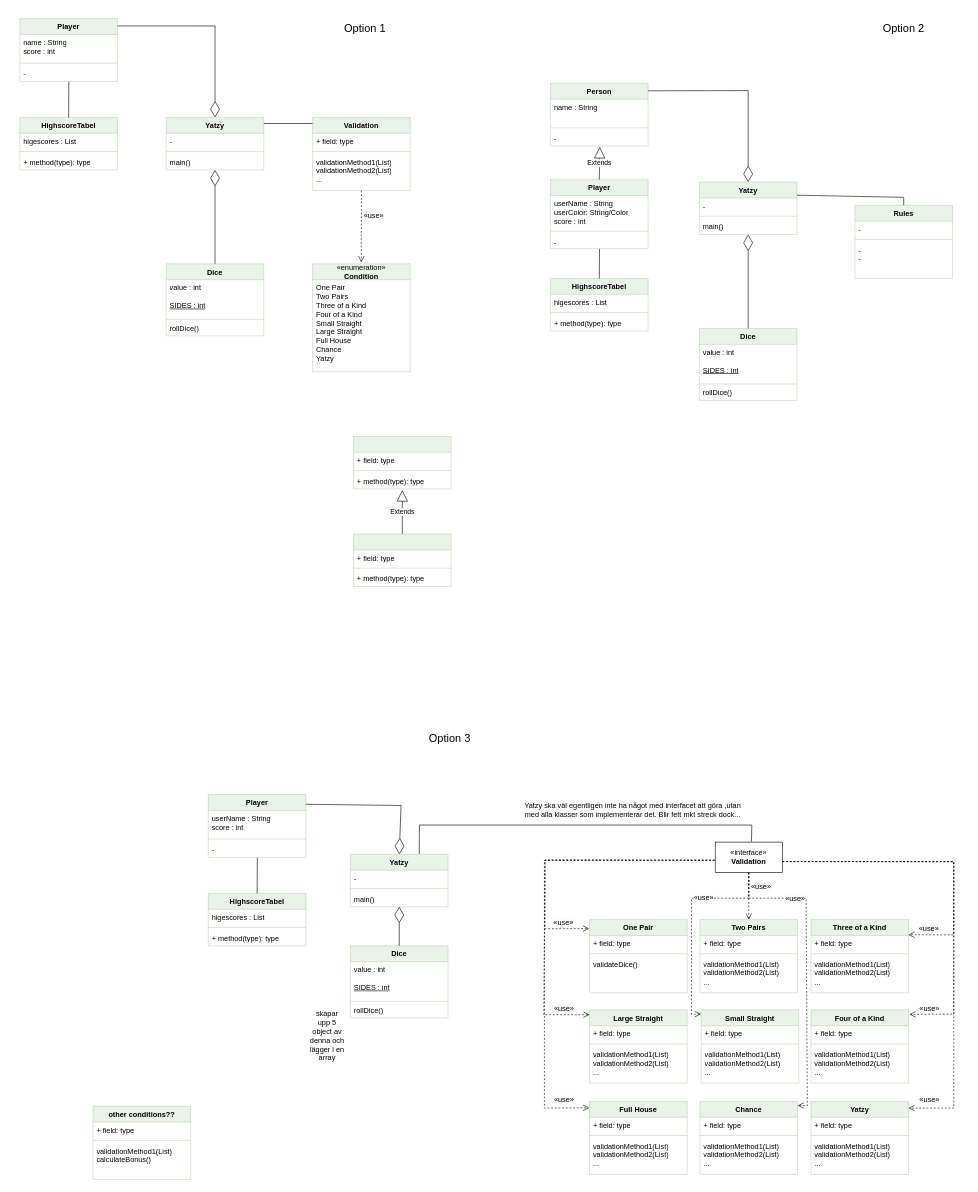
Earlier version of the draw.io diagram Yatzy_grupp_8.drawio (JoakimSkappegard/Diagram). Source tidied: cells renumbered, new cells numbered last; positions are measured from the earlier drawing's top-left corner, leaving out a move shared by most shapes. Both pictures are drawn from the tidied source at 61%, with x=0, y=0 at pixel (20, 18).
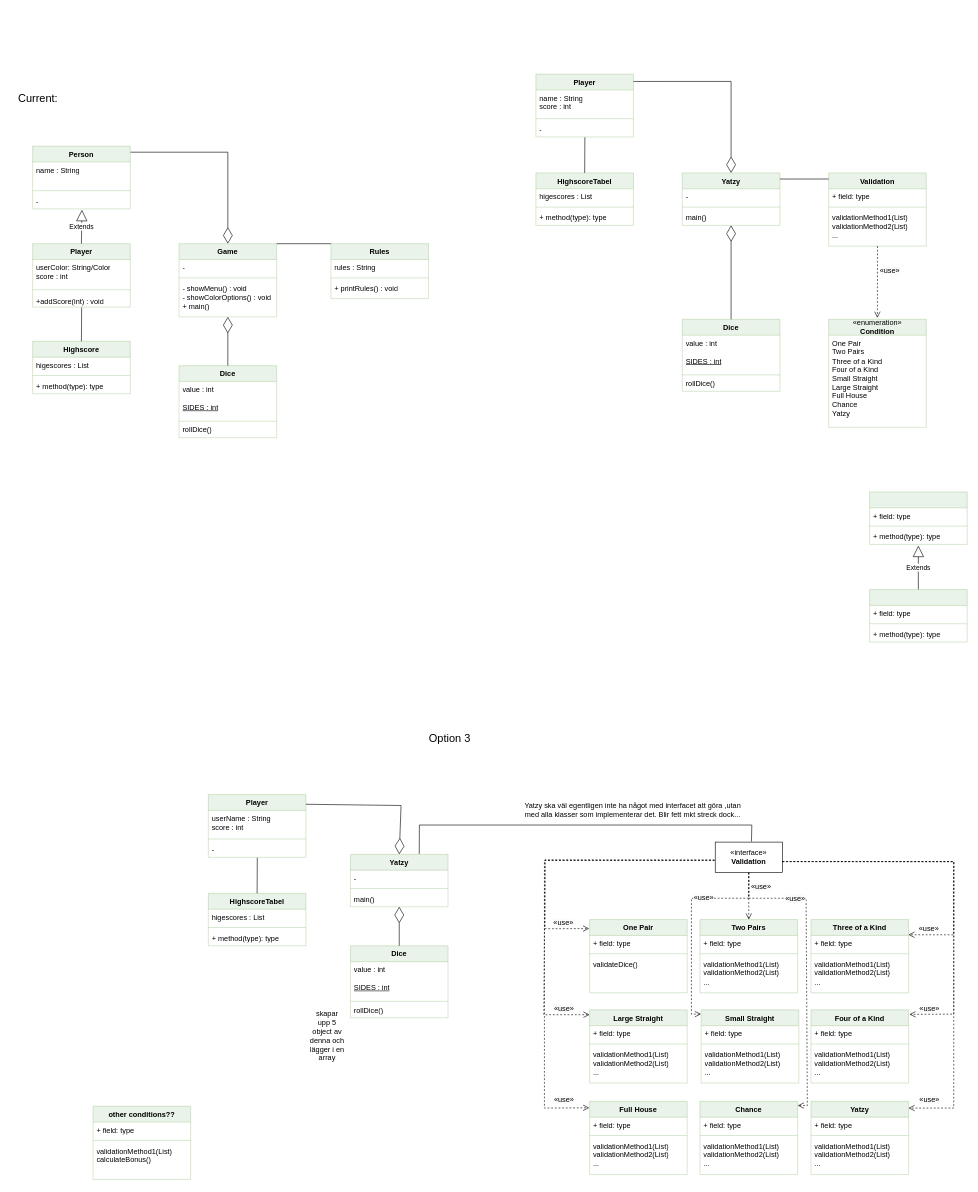
The same diagram, later.

The edit, as a diff of the source:
```diff
@@
     <mxCell id="2" value="Dice" style="swimlane;fontStyle=1;align=center;verticalAlign=top;horizontal=1;startSize=26;whiteSpace=wrap;html=1;fillColor=#d5e8d4;strokeColor=#82b366;opacity=50;" parent="1" vertex="1">
-      <mxGeometry x="240" y="402" width="160" height="118" as="geometry" />
+      <mxGeometry x="1086" y="493" width="160" height="118" as="geometry" />
     </mxCell>
@@
     <mxCell id="6" value="Player" style="swimlane;fontStyle=1;align=center;verticalAlign=top;horizontal=1;startSize=26;whiteSpace=wrap;html=1;fillColor=#d5e8d4;strokeColor=#82b366;opacity=50;" parent="1" vertex="1">
-      <mxGeometry width="160" height="103" as="geometry" />
+      <mxGeometry x="846" y="91" width="160" height="103" as="geometry" />
     </mxCell>
@@
     <mxCell id="10" value="HighscoreTabel" style="swimlane;fontStyle=1;align=center;verticalAlign=top;horizontal=1;startSize=26;whiteSpace=wrap;html=1;fillColor=#d5e8d4;strokeColor=#82b366;opacity=50;" parent="1" vertex="1">
-      <mxGeometry y="162" width="160" height="86" as="geometry" />
+      <mxGeometry x="846" y="253" width="160" height="86" as="geometry" />
     </mxCell>
@@
     <mxCell id="14" value="Yatzy" style="swimlane;fontStyle=1;align=center;verticalAlign=top;horizontal=1;startSize=26;whiteSpace=wrap;html=1;fillColor=#d5e8d4;strokeColor=#82b366;opacity=50;" parent="1" vertex="1">
-      <mxGeometry x="240" y="162" width="160" height="86" as="geometry" />
+      <mxGeometry x="1086" y="253" width="160" height="86" as="geometry" />
     </mxCell>
@@
     <mxCell id="18" style="swimlane;fontStyle=1;align=center;verticalAlign=top;horizontal=1;startSize=26;whiteSpace=wrap;html=1;fillColor=#d5e8d4;strokeColor=#82b366;opacity=50;" parent="1" vertex="1">
-      <mxGeometry x="547" y="685" width="160" height="86" as="geometry" />
+      <mxGeometry x="1393" y="776" width="160" height="86" as="geometry" />
     </mxCell>
@@
     <mxCell id="23" style="swimlane;fontStyle=1;align=center;verticalAlign=top;horizontal=1;startSize=26;whiteSpace=wrap;html=1;fillColor=#d5e8d4;strokeColor=#82b366;opacity=50;" parent="1" vertex="1">
-      <mxGeometry x="547" y="845" width="160" height="86" as="geometry" />
+      <mxGeometry x="1393" y="936" width="160" height="86" as="geometry" />
     </mxCell>
@@
     <mxCell id="27" value="Validation" style="swimlane;fontStyle=1;align=center;verticalAlign=top;horizontal=1;startSize=26;whiteSpace=wrap;html=1;fillColor=#d5e8d4;strokeColor=#82b366;opacity=50;" parent="1" vertex="1">
-      <mxGeometry x="480" y="162" width="160" height="120" as="geometry" />
+      <mxGeometry x="1326" y="253" width="160" height="120" as="geometry" />
     </mxCell>
@@
     <mxCell id="31" value="«enumeration»&lt;br&gt;&lt;div&gt;&lt;b&gt;Condition&lt;/b&gt;&lt;/div&gt;" style="swimlane;fontStyle=0;horizontal=1;startSize=26;fillColor=#d5e8d4;whiteSpace=wrap;html=1;strokeColor=#82b366;opacity=50;" parent="1" vertex="1">
-      <mxGeometry x="480" y="402" width="160" height="177" as="geometry" />
+      <mxGeometry x="1326" y="493" width="160" height="177" as="geometry" />
     </mxCell>
@@
-    <mxCell id="33" value="Option 1" style="text;html=1;align=center;verticalAlign=middle;whiteSpace=wrap;rounded=0;fontSize=18;" parent="1" vertex="1">
-      <mxGeometry x="520" y="2" width="92" height="30" as="geometry" />
-    </mxCell>
@@
     <mxCell id="38" style="endArrow=diamondThin;endFill=0;endSize=24;html=1;rounded=0;exitX=1;exitY=0.117;exitDx=0;exitDy=0;exitPerimeter=0;entryX=0.5;entryY=0;entryDx=0;entryDy=0;" parent="1" edge="1" source="6" target="14">
       <mxGeometry relative="1" as="geometry">
         <Array as="points">
-          <mxPoint x="320" y="12" />
+          <mxPoint x="1166" y="103" />
         </Array>
       </mxGeometry>
     </mxCell>
     <mxCell id="39" value="Dice" style="swimlane;fontStyle=1;align=center;verticalAlign=top;horizontal=1;startSize=26;whiteSpace=wrap;html=1;fillColor=#d5e8d4;strokeColor=#82b366;opacity=50;" parent="1" vertex="1">
-      <mxGeometry x="1114" y="508" width="160" height="118" as="geometry" />
+      <mxGeometry x="261" y="569" width="160" height="118" as="geometry" />
     </mxCell>
@@
     <mxCell id="43" value="Player" style="swimlane;fontStyle=1;align=center;verticalAlign=top;horizontal=1;startSize=26;whiteSpace=wrap;html=1;fillColor=#d5e8d4;strokeColor=#82b366;opacity=50;" parent="1" vertex="1">
-      <mxGeometry x="870" y="264" width="160" height="113" as="geometry" />
+      <mxGeometry x="21" y="369" width="160" height="104" as="geometry" />
     </mxCell>
-    <mxCell id="44" value="&lt;div&gt;userName : String&amp;nbsp;&lt;/div&gt;&lt;div&gt;userColor: String/Color&lt;/div&gt;&lt;div&gt;score : int&lt;/div&gt;" style="text;strokeColor=none;fillColor=none;align=left;verticalAlign=top;spacingLeft=4;spacingRight=4;overflow=hidden;whiteSpace=wrap;html=1;" parent="43" vertex="1">
-      <mxGeometry y="26" width="160" height="53" as="geometry" />
+    <mxCell id="44" value="&lt;div&gt;&lt;span style=&quot;background-color: initial;&quot;&gt;userColor: String/Color&lt;/span&gt;&lt;/div&gt;&lt;div&gt;score : int&lt;/div&gt;" style="text;strokeColor=none;fillColor=none;align=left;verticalAlign=top;spacingLeft=4;spacingRight=4;overflow=hidden;whiteSpace=wrap;html=1;" parent="43" vertex="1">
+      <mxGeometry y="26" width="160" height="44" as="geometry" />
     </mxCell>
     <mxCell id="45" style="line;strokeWidth=1;fillColor=none;align=left;verticalAlign=middle;spacingTop=-1;spacingLeft=3;spacingRight=3;labelPosition=right;strokeColor=inherit;opacity=50;" parent="43" vertex="1">
-      <mxGeometry y="79" width="160" height="11" as="geometry" />
+      <mxGeometry y="70" width="160" height="11" as="geometry" />
     </mxCell>
-    <mxCell id="46" value="-" style="text;strokeColor=none;fillColor=none;align=left;verticalAlign=top;spacingLeft=4;spacingRight=4;overflow=hidden;points=[[0,0.5],[1,0.5]];portConstraint=eastwest;whiteSpace=wrap;html=1;" parent="43" vertex="1">
-      <mxGeometry y="90" width="160" height="23" as="geometry" />
+    <mxCell id="46" value="+addScore(int) : void" style="text;strokeColor=none;fillColor=none;align=left;verticalAlign=top;spacingLeft=4;spacingRight=4;overflow=hidden;points=[[0,0.5],[1,0.5]];portConstraint=eastwest;whiteSpace=wrap;html=1;" parent="43" vertex="1">
+      <mxGeometry y="81" width="160" height="23" as="geometry" />
     </mxCell>
-    <mxCell id="47" value="HighscoreTabel" style="swimlane;fontStyle=1;align=center;verticalAlign=top;horizontal=1;startSize=26;whiteSpace=wrap;html=1;fillColor=#d5e8d4;strokeColor=#82b366;opacity=50;" parent="1" vertex="1">
-      <mxGeometry x="870" y="426" width="160" height="86" as="geometry" />
+    <mxCell id="47" value="Highscore" style="swimlane;fontStyle=1;align=center;verticalAlign=top;horizontal=1;startSize=26;whiteSpace=wrap;html=1;fillColor=#d5e8d4;strokeColor=#82b366;opacity=50;" parent="1" vertex="1">
+      <mxGeometry x="21" y="529" width="160" height="86" as="geometry" />
     </mxCell>
@@
-    <mxCell id="51" value="Yatzy" style="swimlane;fontStyle=1;align=center;verticalAlign=top;horizontal=1;startSize=26;whiteSpace=wrap;html=1;fillColor=#d5e8d4;strokeColor=#82b366;opacity=50;" parent="1" vertex="1">
-      <mxGeometry x="1114" y="268" width="160" height="86" as="geometry" />
+    <mxCell id="51" value="Game" style="swimlane;fontStyle=1;align=center;verticalAlign=top;horizontal=1;startSize=26;whiteSpace=wrap;html=1;fillColor=#d5e8d4;strokeColor=#82b366;opacity=50;" parent="1" vertex="1">
+      <mxGeometry x="261" y="369" width="160" height="120" as="geometry" />
     </mxCell>
@@
-    <mxCell id="54" value="main()" style="text;strokeColor=none;fillColor=none;align=left;verticalAlign=top;spacingLeft=4;spacingRight=4;overflow=hidden;whiteSpace=wrap;html=1;" parent="51" vertex="1">
-      <mxGeometry y="60" width="160" height="26" as="geometry" />
+    <mxCell id="54" value="&lt;div&gt;- showMenu() : void&lt;/div&gt;&lt;div&gt;- showColorOptions() : void&lt;/div&gt;+ main()" style="text;strokeColor=none;fillColor=none;align=left;verticalAlign=top;spacingLeft=4;spacingRight=4;overflow=hidden;whiteSpace=wrap;html=1;" parent="51" vertex="1">
+      <mxGeometry y="60" width="160" height="60" as="geometry" />
     </mxCell>
@@
-    <mxCell id="57" style="endArrow=diamondThin;endFill=0;endSize=24;html=1;rounded=0;entryX=0.5;entryY=0;entryDx=0;entryDy=0;exitX=0.998;exitY=0.12;exitDx=0;exitDy=0;exitPerimeter=0;" parent="1" edge="1" source="58" target="51">
+    <mxCell id="57" style="endArrow=diamondThin;endFill=0;endSize=24;html=1;rounded=0;entryX=0.5;entryY=0;entryDx=0;entryDy=0;exitX=1;exitY=0.097;exitDx=0;exitDy=0;exitPerimeter=0;" parent="1" edge="1" source="58" target="51">
       <mxGeometry relative="1" as="geometry">
         <Array as="points">
-          <mxPoint x="1194" y="118" />
+          <mxPoint x="341" y="219" />
         </Array>
       </mxGeometry>
     </mxCell>
     <mxCell id="58" value="Person" style="swimlane;fontStyle=1;align=center;verticalAlign=top;horizontal=1;startSize=26;whiteSpace=wrap;html=1;fillColor=#d5e8d4;strokeColor=#82b366;opacity=50;" parent="1" vertex="1">
-      <mxGeometry x="870" y="106" width="160" height="103" as="geometry" />
+      <mxGeometry x="21" y="209" width="160" height="103" as="geometry" />
     </mxCell>
@@
-    <mxCell id="124" value="Option 2" style="text;html=1;align=center;verticalAlign=middle;whiteSpace=wrap;rounded=0;fontSize=18;" parent="1" vertex="1">
-      <mxGeometry x="1404" y="2" width="90" height="30" as="geometry" />
+    <mxCell id="124" value="Current:" style="text;html=1;align=center;verticalAlign=middle;whiteSpace=wrap;rounded=0;fontSize=18;" parent="1" vertex="1">
+      <mxGeometry x="-15" y="117" width="90" height="30" as="geometry" />
     </mxCell>
@@
     <mxCell id="137" value="Rules" style="swimlane;fontStyle=1;align=center;verticalAlign=top;horizontal=1;startSize=26;whiteSpace=wrap;html=1;fillColor=#d5e8d4;strokeColor=#82b366;opacity=50;" parent="1" vertex="1">
-      <mxGeometry x="1369" y="306" width="160" height="120" as="geometry" />
+      <mxGeometry x="510" y="369" width="160" height="90" as="geometry" />
     </mxCell>
-    <mxCell id="138" value="-" style="text;strokeColor=none;fillColor=none;align=left;verticalAlign=top;spacingLeft=4;spacingRight=4;overflow=hidden;whiteSpace=wrap;html=1;" parent="137" vertex="1">
+    <mxCell id="138" value="rules : String" style="text;strokeColor=none;fillColor=none;align=left;verticalAlign=top;spacingLeft=4;spacingRight=4;overflow=hidden;whiteSpace=wrap;html=1;" parent="137" vertex="1">
       <mxGeometry y="26" width="160" height="26" as="geometry" />
     </mxCell>
@@
-    <mxCell id="140" value="-&lt;div&gt;-&lt;/div&gt;" style="text;strokeColor=none;fillColor=none;align=left;verticalAlign=top;spacingLeft=4;spacingRight=4;overflow=hidden;whiteSpace=wrap;html=1;" parent="137" vertex="1">
-      <mxGeometry y="60" width="160" height="60" as="geometry" />
+    <mxCell id="140" value="+ printRules() : void" style="text;strokeColor=none;fillColor=none;align=left;verticalAlign=top;spacingLeft=4;spacingRight=4;overflow=hidden;whiteSpace=wrap;html=1;" parent="137" vertex="1">
+      <mxGeometry y="60" width="160" height="30" as="geometry" />
     </mxCell>
-    <mxCell id="141" style="endArrow=none;html=1;rounded=0;exitX=1;exitY=0.25;exitDx=0;exitDy=0;entryX=0.5;entryY=0;entryDx=0;entryDy=0;" parent="1" edge="1" source="51" target="137">
-      <mxGeometry relative="1" as="geometry">
-        <Array as="points">
-          <mxPoint x="1449" y="293" />
-        </Array>
-      </mxGeometry>
+    <mxCell id="141" style="endArrow=none;html=1;rounded=0;exitX=1;exitY=0;exitDx=0;exitDy=0;entryX=0;entryY=0;entryDx=0;entryDy=0;" parent="1" edge="1" source="51" target="137">
+      <mxGeometry relative="1" as="geometry" />
     </mxCell>
```
